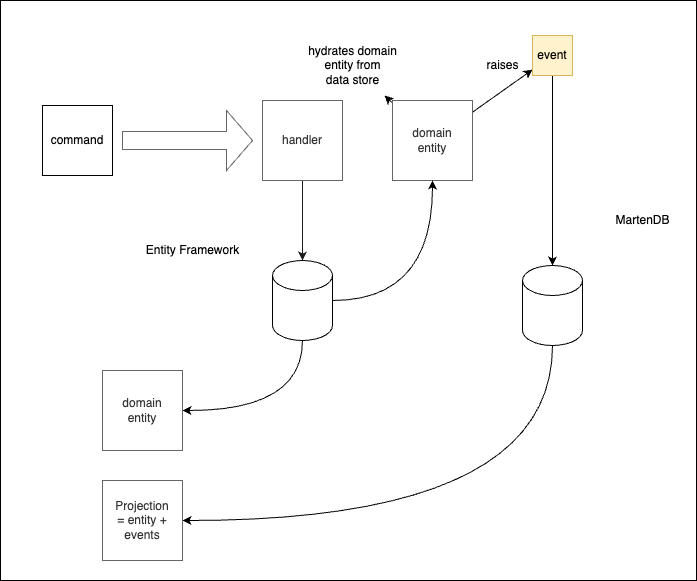
ameyakarkal/ameyakarkal.github.io keeps this draw.io diagram as images/projects/event-sourced.drawio.png. Above is the earlier version. Source tidied: cells renumbered, new cells last; positions are measured from the earlier drawing's top-left corner, leaving out a move shared by most shapes. Its diagram source:
```xml
<mxGraphModel background="#cdcdcd">
  <root>
    <mxCell id="0" />
    <mxCell id="1" parent="0" />
    <mxCell id="2" style="whiteSpace=wrap;html=1;" parent="1" vertex="1">
      <mxGeometry width="696" height="580" as="geometry" />
    </mxCell>
    <mxCell id="3" style="edgeStyle=orthogonalEdgeStyle;html=1;strokeColor=#1d1b1b;rounded=0;curved=1;" parent="1" edge="1" source="4" target="15">
      <mxGeometry relative="1" as="geometry" />
    </mxCell>
    <mxCell id="4" value="handler" style="whiteSpace=wrap;html=1;fillColor=none;strokeColor=#666666;fontColor=#333333;rounded=0;" parent="1" vertex="1">
      <mxGeometry x="262" y="100" width="80" height="80" as="geometry" />
    </mxCell>
    <mxCell id="5" value="command" style="whiteSpace=wrap;html=1;fillColor=none;strokeColor=#000000;rounded=0;" parent="1" vertex="1">
      <mxGeometry x="42" y="105" width="70" height="70" as="geometry" />
    </mxCell>
    <mxCell id="6" style="shape=singleArrow;whiteSpace=wrap;html=1;fillColor=none;fontColor=#333333;strokeColor=#666666;rounded=0;" parent="1" vertex="1">
      <mxGeometry x="122" y="110" width="130" height="60" as="geometry" />
    </mxCell>
    <mxCell id="7" style="edgeStyle=none;html=1;rounded=0;" parent="1" edge="1" source="9" target="10">
      <mxGeometry relative="1" as="geometry" />
    </mxCell>
    <mxCell id="8" style="edgeStyle=none;html=1;rounded=0;" parent="1" edge="1" source="9" target="12">
      <mxGeometry relative="1" as="geometry" />
    </mxCell>
    <mxCell id="9" value="domain&lt;br&gt;entity" style="whiteSpace=wrap;html=1;fillColor=none;strokeColor=#666666;fontColor=#333333;rounded=0;" parent="1" vertex="1">
      <mxGeometry x="392" y="100" width="80" height="80" as="geometry" />
    </mxCell>
    <mxCell id="10" value="hydrates domain&lt;br&gt;entity from &lt;br&gt;data store" style="text;html=1;align=center;verticalAlign=middle;points=[];strokeColor=none;fillColor=none;fontColor=#000000;rounded=0;" parent="1" vertex="1">
      <mxGeometry x="297" y="35" width="110" height="60" as="geometry" />
    </mxCell>
    <mxCell id="11" style="edgeStyle=none;html=1;rounded=0;" parent="1" edge="1" source="12" target="18">
      <mxGeometry relative="1" as="geometry" />
    </mxCell>
    <mxCell id="12" value="event" style="whiteSpace=wrap;html=1;fillColor=#fff2cc;strokeColor=#d6b656;rounded=0;" parent="1" vertex="1">
      <mxGeometry x="532" y="35" width="40" height="40" as="geometry" />
    </mxCell>
    <mxCell id="13" style="edgeStyle=orthogonalEdgeStyle;html=1;entryX=0.5;entryY=1;entryDx=0;entryDy=0;rounded=0;curved=1;" parent="1" edge="1" source="15" target="9">
      <mxGeometry relative="1" as="geometry" />
    </mxCell>
    <mxCell id="14" style="edgeStyle=orthogonalEdgeStyle;html=1;entryX=1;entryY=0.5;entryDx=0;entryDy=0;curved=1;rounded=0;" parent="1" edge="1" source="15" target="21">
      <mxGeometry relative="1" as="geometry">
        <Array as="points">
          <mxPoint x="302" y="410" />
        </Array>
      </mxGeometry>
    </mxCell>
    <mxCell id="15" style="shape=cylinder3;whiteSpace=wrap;html=1;boundedLbl=1;backgroundOutline=1;size=15;strokeColor=#000000;fillColor=none;rounded=0;" parent="1" vertex="1">
      <mxGeometry x="272" y="260" width="60" height="80" as="geometry" />
    </mxCell>
    <mxCell id="16" value="raises" style="text;html=1;align=center;verticalAlign=middle;strokeColor=none;fillColor=none;rounded=0;" parent="1" vertex="1">
      <mxGeometry x="472" y="50" width="60" height="30" as="geometry" />
    </mxCell>
    <mxCell id="17" style="edgeStyle=orthogonalEdgeStyle;curved=1;html=1;entryX=1;entryY=0.5;entryDx=0;entryDy=0;rounded=0;exitX=0.5;exitY=1;exitDx=0;exitDy=0;exitPerimeter=0;" parent="1" edge="1" source="18" target="22">
      <mxGeometry relative="1" as="geometry">
        <Array as="points">
          <mxPoint x="552" y="520" />
        </Array>
      </mxGeometry>
    </mxCell>
    <mxCell id="18" style="shape=cylinder3;whiteSpace=wrap;html=1;boundedLbl=1;backgroundOutline=1;size=15;strokeColor=#000000;fillColor=none;rounded=0;" parent="1" vertex="1">
      <mxGeometry x="522" y="265" width="60" height="80" as="geometry" />
    </mxCell>
    <mxCell id="19" value="Entity Framework" style="text;html=1;align=center;verticalAlign=middle;strokeColor=none;fillColor=none;rounded=0;" parent="1" vertex="1">
      <mxGeometry x="132" y="235" width="120" height="30" as="geometry" />
    </mxCell>
    <mxCell id="20" value="MartenDB" style="text;html=1;align=center;verticalAlign=middle;strokeColor=none;fillColor=none;rounded=0;" parent="1" vertex="1">
      <mxGeometry x="602" y="205" width="80" height="30" as="geometry" />
    </mxCell>
    <mxCell id="21" value="domain&lt;br&gt;entity" style="whiteSpace=wrap;html=1;fillColor=none;strokeColor=#666666;fontColor=#333333;rounded=0;" parent="1" vertex="1">
      <mxGeometry x="102" y="370" width="80" height="80" as="geometry" />
    </mxCell>
    <mxCell id="22" value="Projection&lt;br&gt;= entity + events" style="whiteSpace=wrap;html=1;fillColor=none;strokeColor=#666666;fontColor=#333333;rounded=0;" parent="1" vertex="1">
      <mxGeometry x="102" y="480" width="80" height="80" as="geometry" />
    </mxCell>
  </root>
</mxGraphModel>
```
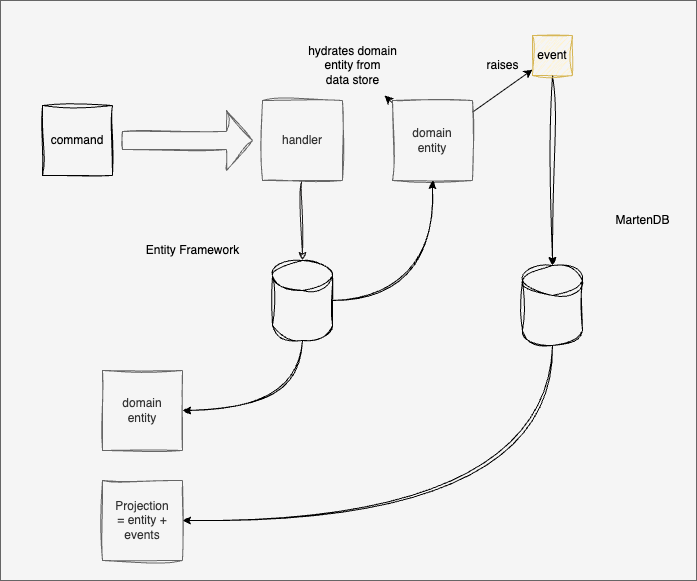
Above is the later version.

What changed in the source:
```diff
@@ -2,19 +2,19 @@
   <root>
     <mxCell id="0" />
     <mxCell id="1" parent="0" />
-    <mxCell id="2" style="whiteSpace=wrap;html=1;" parent="1" vertex="1">
+    <mxCell id="2" style="whiteSpace=wrap;html=1;fillColor=#f5f5f5;fontColor=#333333;strokeColor=#666666;" parent="1" vertex="1">
       <mxGeometry width="696" height="580" as="geometry" />
     </mxCell>
-    <mxCell id="3" style="edgeStyle=orthogonalEdgeStyle;html=1;strokeColor=#1d1b1b;rounded=0;curved=1;" parent="1" edge="1" source="4" target="15">
+    <mxCell id="3" style="edgeStyle=orthogonalEdgeStyle;html=1;strokeColor=#1d1b1b;rounded=0;curved=1;sketch=1;curveFitting=1;jiggle=2;" parent="1" edge="1" source="4" target="15">
       <mxGeometry relative="1" as="geometry" />
     </mxCell>
-    <mxCell id="4" value="handler" style="whiteSpace=wrap;html=1;fillColor=none;strokeColor=#666666;fontColor=#333333;rounded=0;" parent="1" vertex="1">
+    <mxCell id="4" value="handler" style="whiteSpace=wrap;html=1;fillColor=none;strokeColor=#666666;fontColor=#333333;rounded=0;sketch=1;curveFitting=1;jiggle=2;" parent="1" vertex="1">
       <mxGeometry x="262" y="100" width="80" height="80" as="geometry" />
     </mxCell>
-    <mxCell id="5" value="command" style="whiteSpace=wrap;html=1;fillColor=none;strokeColor=#000000;rounded=0;" parent="1" vertex="1">
+    <mxCell id="5" value="command" style="whiteSpace=wrap;html=1;fillColor=none;strokeColor=#000000;rounded=0;sketch=1;curveFitting=1;jiggle=2;" parent="1" vertex="1">
       <mxGeometry x="42" y="105" width="70" height="70" as="geometry" />
     </mxCell>
-    <mxCell id="6" style="shape=singleArrow;whiteSpace=wrap;html=1;fillColor=none;fontColor=#333333;strokeColor=#666666;rounded=0;" parent="1" vertex="1">
+    <mxCell id="6" style="shape=singleArrow;whiteSpace=wrap;html=1;fillColor=none;fontColor=#333333;strokeColor=#666666;rounded=0;sketch=1;curveFitting=1;jiggle=2;" parent="1" vertex="1">
       <mxGeometry x="122" y="110" width="130" height="60" as="geometry" />
     </mxCell>
     <mxCell id="7" style="edgeStyle=none;html=1;rounded=0;" parent="1" edge="1" source="9" target="10">
@@ -23,42 +23,42 @@
     <mxCell id="8" style="edgeStyle=none;html=1;rounded=0;" parent="1" edge="1" source="9" target="12">
       <mxGeometry relative="1" as="geometry" />
     </mxCell>
-    <mxCell id="9" value="domain&lt;br&gt;entity" style="whiteSpace=wrap;html=1;fillColor=none;strokeColor=#666666;fontColor=#333333;rounded=0;" parent="1" vertex="1">
+    <mxCell id="9" value="domain&lt;br&gt;entity" style="whiteSpace=wrap;html=1;fillColor=none;strokeColor=#666666;fontColor=#333333;rounded=0;sketch=1;curveFitting=1;jiggle=2;" parent="1" vertex="1">
       <mxGeometry x="392" y="100" width="80" height="80" as="geometry" />
     </mxCell>
     <mxCell id="10" value="hydrates domain&lt;br&gt;entity from &lt;br&gt;data store" style="text;html=1;align=center;verticalAlign=middle;points=[];strokeColor=none;fillColor=none;fontColor=#000000;rounded=0;" parent="1" vertex="1">
       <mxGeometry x="297" y="35" width="110" height="60" as="geometry" />
     </mxCell>
-    <mxCell id="11" style="edgeStyle=none;html=1;rounded=0;" parent="1" edge="1" source="12" target="18">
+    <mxCell id="11" style="edgeStyle=none;html=1;rounded=0;sketch=1;curveFitting=1;jiggle=2;" parent="1" edge="1" source="12" target="18">
       <mxGeometry relative="1" as="geometry" />
     </mxCell>
-    <mxCell id="12" value="event" style="whiteSpace=wrap;html=1;fillColor=#fff2cc;strokeColor=#d6b656;rounded=0;" parent="1" vertex="1">
+    <mxCell id="12" value="event" style="whiteSpace=wrap;html=1;fillColor=#fff2cc;strokeColor=#d6b656;rounded=0;sketch=1;curveFitting=1;jiggle=2;" parent="1" vertex="1">
       <mxGeometry x="532" y="35" width="40" height="40" as="geometry" />
     </mxCell>
-    <mxCell id="13" style="edgeStyle=orthogonalEdgeStyle;html=1;entryX=0.5;entryY=1;entryDx=0;entryDy=0;rounded=0;curved=1;" parent="1" edge="1" source="15" target="9">
+    <mxCell id="13" style="edgeStyle=orthogonalEdgeStyle;html=1;entryX=0.5;entryY=1;entryDx=0;entryDy=0;rounded=0;curved=1;sketch=1;curveFitting=1;jiggle=2;" parent="1" edge="1" source="15" target="9">
       <mxGeometry relative="1" as="geometry" />
     </mxCell>
-    <mxCell id="14" style="edgeStyle=orthogonalEdgeStyle;html=1;entryX=1;entryY=0.5;entryDx=0;entryDy=0;curved=1;rounded=0;" parent="1" edge="1" source="15" target="21">
+    <mxCell id="14" style="edgeStyle=orthogonalEdgeStyle;html=1;entryX=1;entryY=0.5;entryDx=0;entryDy=0;curved=1;rounded=0;sketch=1;curveFitting=1;jiggle=2;" parent="1" edge="1" source="15" target="21">
       <mxGeometry relative="1" as="geometry">
         <Array as="points">
           <mxPoint x="302" y="410" />
         </Array>
       </mxGeometry>
     </mxCell>
-    <mxCell id="15" style="shape=cylinder3;whiteSpace=wrap;html=1;boundedLbl=1;backgroundOutline=1;size=15;strokeColor=#000000;fillColor=none;rounded=0;" parent="1" vertex="1">
+    <mxCell id="15" style="shape=cylinder3;whiteSpace=wrap;html=1;boundedLbl=1;backgroundOutline=1;size=15;strokeColor=#000000;fillColor=none;rounded=0;sketch=1;curveFitting=1;jiggle=2;" parent="1" vertex="1">
       <mxGeometry x="272" y="260" width="60" height="80" as="geometry" />
     </mxCell>
     <mxCell id="16" value="raises" style="text;html=1;align=center;verticalAlign=middle;strokeColor=none;fillColor=none;rounded=0;" parent="1" vertex="1">
       <mxGeometry x="472" y="50" width="60" height="30" as="geometry" />
     </mxCell>
-    <mxCell id="17" style="edgeStyle=orthogonalEdgeStyle;curved=1;html=1;entryX=1;entryY=0.5;entryDx=0;entryDy=0;rounded=0;exitX=0.5;exitY=1;exitDx=0;exitDy=0;exitPerimeter=0;" parent="1" edge="1" source="18" target="22">
+    <mxCell id="17" style="edgeStyle=orthogonalEdgeStyle;curved=1;html=1;entryX=1;entryY=0.5;entryDx=0;entryDy=0;rounded=0;exitX=0.5;exitY=1;exitDx=0;exitDy=0;exitPerimeter=0;sketch=1;curveFitting=1;jiggle=2;" parent="1" edge="1" source="18" target="22">
       <mxGeometry relative="1" as="geometry">
         <Array as="points">
           <mxPoint x="552" y="520" />
         </Array>
       </mxGeometry>
     </mxCell>
-    <mxCell id="18" style="shape=cylinder3;whiteSpace=wrap;html=1;boundedLbl=1;backgroundOutline=1;size=15;strokeColor=#000000;fillColor=none;rounded=0;" parent="1" vertex="1">
+    <mxCell id="18" style="shape=cylinder3;whiteSpace=wrap;html=1;boundedLbl=1;backgroundOutline=1;size=15;strokeColor=#000000;fillColor=none;rounded=0;sketch=1;curveFitting=1;jiggle=2;" parent="1" vertex="1">
       <mxGeometry x="522" y="265" width="60" height="80" as="geometry" />
     </mxCell>
     <mxCell id="19" value="Entity Framework" style="text;html=1;align=center;verticalAlign=middle;strokeColor=none;fillColor=none;rounded=0;" parent="1" vertex="1">
@@ -67,10 +67,10 @@
     <mxCell id="20" value="MartenDB" style="text;html=1;align=center;verticalAlign=middle;strokeColor=none;fillColor=none;rounded=0;" parent="1" vertex="1">
       <mxGeometry x="602" y="205" width="80" height="30" as="geometry" />
     </mxCell>
-    <mxCell id="21" value="domain&lt;br&gt;entity" style="whiteSpace=wrap;html=1;fillColor=none;strokeColor=#666666;fontColor=#333333;rounded=0;" parent="1" vertex="1">
+    <mxCell id="21" value="domain&lt;br&gt;entity" style="whiteSpace=wrap;html=1;fillColor=none;strokeColor=#666666;fontColor=#333333;rounded=0;sketch=1;curveFitting=1;jiggle=2;" parent="1" vertex="1">
       <mxGeometry x="102" y="370" width="80" height="80" as="geometry" />
     </mxCell>
-    <mxCell id="22" value="Projection&lt;br&gt;= entity + events" style="whiteSpace=wrap;html=1;fillColor=none;strokeColor=#666666;fontColor=#333333;rounded=0;" parent="1" vertex="1">
+    <mxCell id="22" value="Projection&lt;br&gt;= entity + events" style="whiteSpace=wrap;html=1;fillColor=none;strokeColor=#666666;fontColor=#333333;rounded=0;sketch=1;curveFitting=1;jiggle=2;" parent="1" vertex="1">
       <mxGeometry x="102" y="480" width="80" height="80" as="geometry" />
     </mxCell>
   </root>
```
